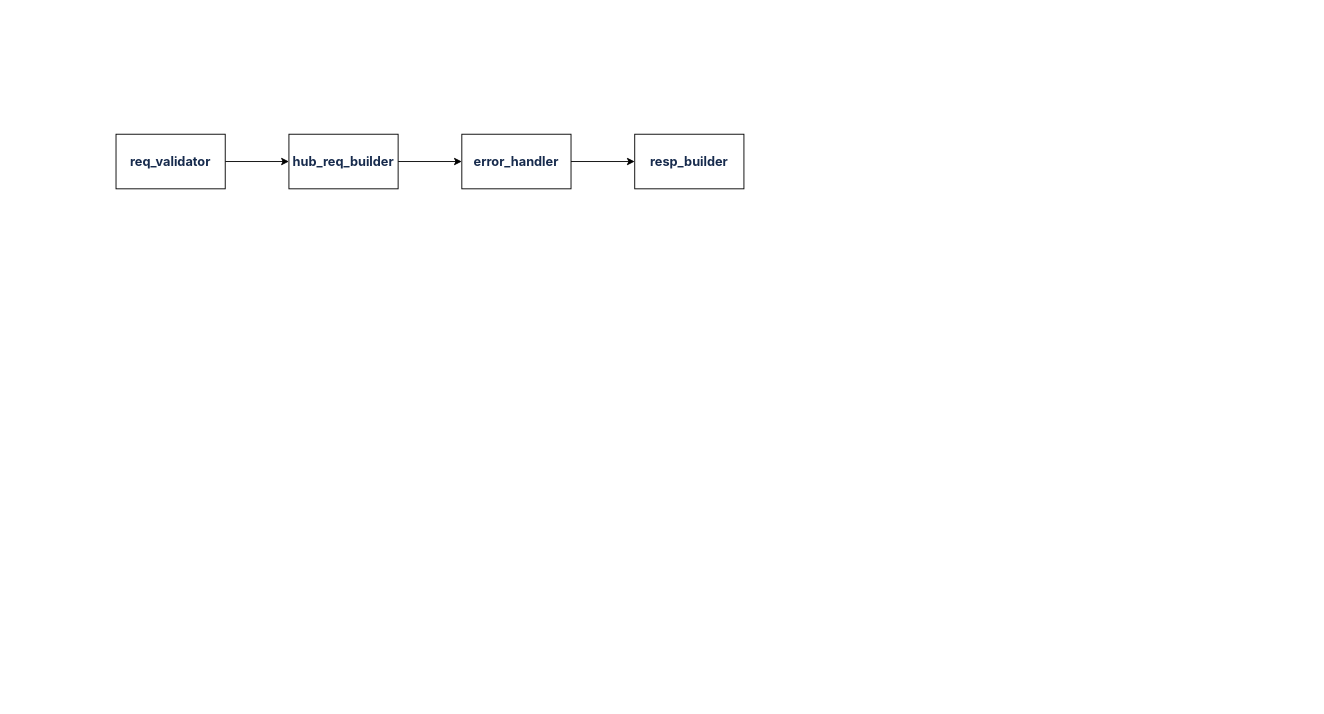
Above: page "bill_flow_low_code" (10 of 10) of source/diagrams/e-commerce.drawio in wxquare/wxquare.github.io (draw.io), before the change. Source tidied: cells renumbered, new cells numbered last; positions are measured from the earlier drawing's top-left corner, leaving out a move shared by most shapes. Both pictures are drawn from the tidied source at 91%, with x=0, y=0 at pixel (116, 134).
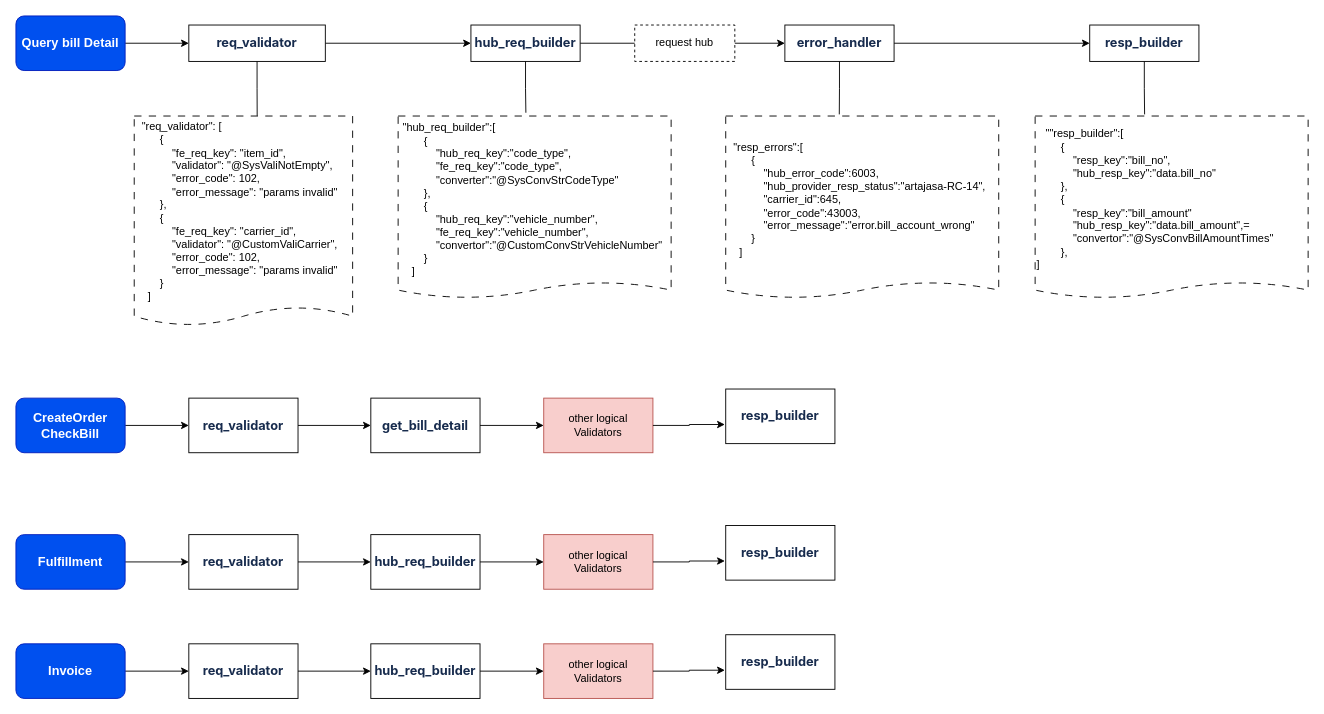
Above is the later version.

The edit, as a diff of the source:
```diff
@@
     <mxCell id="3" value="&lt;strong style=&quot;color: rgb(23, 43, 77); font-family: -apple-system, &amp;quot;system-ui&amp;quot;, &amp;quot;Segoe UI&amp;quot;, Roboto, Oxygen, Ubuntu, &amp;quot;Fira Sans&amp;quot;, &amp;quot;Droid Sans&amp;quot;, &amp;quot;Helvetica Neue&amp;quot;, sans-serif; font-size: 14px; text-align: left; background-color: rgb(255, 255, 255);&quot;&gt;req_validator&lt;/strong&gt;" style="rounded=0;whiteSpace=wrap;html=1;" parent="1" vertex="1">
-      <mxGeometry width="120" height="60" as="geometry" />
+      <mxGeometry x="80" y="-120" width="150" height="40" as="geometry" />
     </mxCell>
@@
     <mxCell id="5" value="&lt;strong style=&quot;color: rgb(23, 43, 77); font-family: -apple-system, &amp;quot;system-ui&amp;quot;, &amp;quot;Segoe UI&amp;quot;, Roboto, Oxygen, Ubuntu, &amp;quot;Fira Sans&amp;quot;, &amp;quot;Droid Sans&amp;quot;, &amp;quot;Helvetica Neue&amp;quot;, sans-serif; font-size: 14px; text-align: left; background-color: rgb(255, 255, 255);&quot;&gt;hub_req_builder&lt;/strong&gt;" style="rounded=0;whiteSpace=wrap;html=1;" parent="1" vertex="1">
-      <mxGeometry x="190" width="120" height="60" as="geometry" />
+      <mxGeometry x="390" y="-120" width="120" height="40" as="geometry" />
     </mxCell>
@@
     <mxCell id="7" value="&lt;div style=&quot;text-align: left;&quot;&gt;&lt;font face=&quot;-apple-system, system-ui, Segoe UI, Roboto, Oxygen, Ubuntu, Fira Sans, Droid Sans, Helvetica Neue, sans-serif&quot; color=&quot;#172b4d&quot;&gt;&lt;span style=&quot;font-size: 14px; background-color: rgb(255, 255, 255);&quot;&gt;&lt;b&gt;error_handler&lt;/b&gt;&lt;/span&gt;&lt;/font&gt;&lt;/div&gt;" style="rounded=0;whiteSpace=wrap;html=1;" parent="1" vertex="1">
-      <mxGeometry x="380" width="120" height="60" as="geometry" />
+      <mxGeometry x="735" y="-120" width="120" height="40" as="geometry" />
     </mxCell>
     <mxCell id="8" value="&lt;div style=&quot;text-align: left;&quot;&gt;&lt;font face=&quot;-apple-system, system-ui, Segoe UI, Roboto, Oxygen, Ubuntu, Fira Sans, Droid Sans, Helvetica Neue, sans-serif&quot; color=&quot;#172b4d&quot;&gt;&lt;span style=&quot;font-size: 14px; background-color: rgb(255, 255, 255);&quot;&gt;&lt;b&gt;resp_builder&lt;/b&gt;&lt;/span&gt;&lt;/font&gt;&lt;/div&gt;" style="rounded=0;whiteSpace=wrap;html=1;" parent="1" vertex="1">
-      <mxGeometry x="570" width="120" height="60" as="geometry" />
+      <mxGeometry x="1070" y="-120" width="120" height="40" as="geometry" />
     </mxCell>
+    <mxCell id="9" style="edgeStyle=orthogonalEdgeStyle;rounded=0;jettySize=auto;html=1;exitX=1;exitY=0.5;exitDx=0;exitDy=0;entryX=0;entryY=0.5;entryDx=0;entryDy=0;" parent="1" edge="1" source="10" target="14">
+      <mxGeometry relative="1" as="geometry" />
+    </mxCell>
+    <mxCell id="10" value="&lt;strong style=&quot;color: rgb(23, 43, 77); font-family: -apple-system, &amp;quot;system-ui&amp;quot;, &amp;quot;Segoe UI&amp;quot;, Roboto, Oxygen, Ubuntu, &amp;quot;Fira Sans&amp;quot;, &amp;quot;Droid Sans&amp;quot;, &amp;quot;Helvetica Neue&amp;quot;, sans-serif; font-size: 14px; text-align: left; background-color: rgb(255, 255, 255);&quot;&gt;req_validator&lt;/strong&gt;" style="rounded=0;whiteSpace=wrap;html=1;" parent="1" vertex="1">
+      <mxGeometry x="80" y="290" width="120" height="60" as="geometry" />
+    </mxCell>
+    <mxCell id="11" value="other logical&lt;div&gt;Validators&lt;/div&gt;" style="rounded=0;whiteSpace=wrap;html=1;fillColor=#f8cecc;strokeColor=#b85450;" parent="1" vertex="1">
+      <mxGeometry x="470" y="290" width="120" height="60" as="geometry" />
+    </mxCell>
+    <mxCell id="12" value="&lt;div style=&quot;text-align: left;&quot;&gt;&lt;font face=&quot;-apple-system, system-ui, Segoe UI, Roboto, Oxygen, Ubuntu, Fira Sans, Droid Sans, Helvetica Neue, sans-serif&quot; color=&quot;#172b4d&quot;&gt;&lt;span style=&quot;font-size: 14px; background-color: rgb(255, 255, 255);&quot;&gt;&lt;b&gt;resp_builder&lt;/b&gt;&lt;/span&gt;&lt;/font&gt;&lt;/div&gt;" style="rounded=0;whiteSpace=wrap;html=1;" parent="1" vertex="1">
+      <mxGeometry x="670" y="280" width="120" height="60" as="geometry" />
+    </mxCell>
+    <mxCell id="13" style="edgeStyle=orthogonalEdgeStyle;rounded=0;jettySize=auto;html=1;exitX=1;exitY=0.5;exitDx=0;exitDy=0;entryX=0;entryY=0.5;entryDx=0;entryDy=0;" parent="1" edge="1" source="14" target="11">
+      <mxGeometry relative="1" as="geometry" />
+    </mxCell>
+    <mxCell id="14" value="&lt;div style=&quot;text-align: left;&quot;&gt;&lt;font face=&quot;-apple-system, system-ui, Segoe UI, Roboto, Oxygen, Ubuntu, Fira Sans, Droid Sans, Helvetica Neue, sans-serif&quot; color=&quot;#172b4d&quot;&gt;&lt;span style=&quot;font-size: 14px; background-color: rgb(255, 255, 255);&quot;&gt;&lt;b&gt;get_bill_detail&lt;/b&gt;&lt;/span&gt;&lt;/font&gt;&lt;/div&gt;" style="rounded=0;whiteSpace=wrap;html=1;" parent="1" vertex="1">
+      <mxGeometry x="280" y="290" width="120" height="60" as="geometry" />
+    </mxCell>
+    <mxCell id="15" style="edgeStyle=orthogonalEdgeStyle;rounded=0;jettySize=auto;html=1;exitX=1;exitY=0.5;exitDx=0;exitDy=0;entryX=-0.008;entryY=0.65;entryDx=0;entryDy=0;entryPerimeter=0;" parent="1" edge="1" source="11" target="12">
+      <mxGeometry relative="1" as="geometry" />
+    </mxCell>
+    <mxCell id="16" style="edgeStyle=orthogonalEdgeStyle;rounded=0;jettySize=auto;html=1;exitX=1;exitY=0.5;exitDx=0;exitDy=0;entryX=0;entryY=0.5;entryDx=0;entryDy=0;" parent="1" edge="1" source="17" target="3">
+      <mxGeometry relative="1" as="geometry" />
+    </mxCell>
+    <mxCell id="17" value="&lt;b&gt;&lt;font style=&quot;font-size: 14px;&quot;&gt;Query bill Detail&lt;/font&gt;&lt;/b&gt;" style="rounded=1;whiteSpace=wrap;html=1;fillColor=#0050ef;fontColor=#ffffff;strokeColor=#001DBC;" parent="1" vertex="1">
+      <mxGeometry x="-110" y="-130" width="120" height="60" as="geometry" />
+    </mxCell>
+    <mxCell id="18" value="&lt;div&gt;&amp;nbsp; &quot;req_validator&quot;: [&lt;/div&gt;&lt;div&gt;&amp;nbsp; &amp;nbsp; &amp;nbsp; &amp;nbsp; {&lt;/div&gt;&lt;div&gt;&amp;nbsp; &amp;nbsp; &amp;nbsp; &amp;nbsp; &amp;nbsp; &amp;nbsp; &quot;fe_req_key&quot;: &quot;item_id&quot;,&lt;/div&gt;&lt;div&gt;&amp;nbsp; &amp;nbsp; &amp;nbsp; &amp;nbsp; &amp;nbsp; &amp;nbsp; &quot;validator&quot;: &quot;@SysValiNotEmpty&quot;,&lt;/div&gt;&lt;div&gt;&amp;nbsp; &amp;nbsp; &amp;nbsp; &amp;nbsp; &amp;nbsp; &amp;nbsp; &quot;error_code&quot;: 102,&lt;/div&gt;&lt;div&gt;&amp;nbsp; &amp;nbsp; &amp;nbsp; &amp;nbsp; &amp;nbsp; &amp;nbsp; &quot;error_message&quot;: &quot;params invalid&quot;&lt;/div&gt;&lt;div&gt;&amp;nbsp; &amp;nbsp; &amp;nbsp; &amp;nbsp; },&lt;/div&gt;&lt;div&gt;&amp;nbsp; &amp;nbsp; &amp;nbsp; &amp;nbsp; {&lt;/div&gt;&lt;div&gt;&amp;nbsp; &amp;nbsp; &amp;nbsp; &amp;nbsp; &amp;nbsp; &amp;nbsp; &quot;fe_req_key&quot;: &quot;carrier_id&quot;,&lt;/div&gt;&lt;div&gt;&amp;nbsp; &amp;nbsp; &amp;nbsp; &amp;nbsp; &amp;nbsp; &amp;nbsp; &quot;validator&quot;: &quot;@CustomValiCarrier&quot;,&lt;/div&gt;&lt;div&gt;&amp;nbsp; &amp;nbsp; &amp;nbsp; &amp;nbsp; &amp;nbsp; &amp;nbsp; &quot;error_code&quot;: 102,&lt;/div&gt;&lt;div&gt;&amp;nbsp; &amp;nbsp; &amp;nbsp; &amp;nbsp; &amp;nbsp; &amp;nbsp; &quot;error_message&quot;: &quot;params invalid&quot;&lt;/div&gt;&lt;div&gt;&amp;nbsp; &amp;nbsp; &amp;nbsp; &amp;nbsp; }&lt;/div&gt;&lt;div&gt;&amp;nbsp; &amp;nbsp; ]&lt;/div&gt;" style="shape=document;whiteSpace=wrap;html=1;boundedLbl=1;dashed=1;dashPattern=8 8;align=left;size=0.08695652173913043;" parent="1" vertex="1">
+      <mxGeometry x="20" y="-20" width="240" height="230" as="geometry" />
+    </mxCell>
+    <mxCell id="19" value="&lt;div&gt;&amp;nbsp;&quot;hub_req_builder&quot;:[&amp;nbsp;&lt;/div&gt;&lt;div&gt;&amp;nbsp; &amp;nbsp; &amp;nbsp; &amp;nbsp; {&lt;/div&gt;&lt;div&gt;&amp;nbsp; &amp;nbsp; &amp;nbsp; &amp;nbsp; &amp;nbsp; &amp;nbsp; &quot;hub_req_key&quot;:&quot;code_type&quot;,&amp;nbsp;&lt;/div&gt;&lt;div&gt;&amp;nbsp; &amp;nbsp; &amp;nbsp; &amp;nbsp; &amp;nbsp; &amp;nbsp; &quot;fe_req_key&quot;:&quot;code_type&quot;,&amp;nbsp;&lt;/div&gt;&lt;div&gt;&amp;nbsp; &amp;nbsp; &amp;nbsp; &amp;nbsp; &amp;nbsp; &amp;nbsp; &quot;converter&quot;:&quot;@SysConvStrCodeType&quot;&amp;nbsp;&lt;/div&gt;&lt;div&gt;&amp;nbsp; &amp;nbsp; &amp;nbsp; &amp;nbsp; },&lt;/div&gt;&lt;div&gt;&amp;nbsp; &amp;nbsp; &amp;nbsp; &amp;nbsp; {&lt;/div&gt;&lt;div&gt;&amp;nbsp; &amp;nbsp; &amp;nbsp; &amp;nbsp; &amp;nbsp; &amp;nbsp; &quot;hub_req_key&quot;:&quot;vehicle_number&quot;,&amp;nbsp;&lt;/div&gt;&lt;div&gt;&amp;nbsp; &amp;nbsp; &amp;nbsp; &amp;nbsp; &amp;nbsp; &amp;nbsp; &quot;fe_req_key&quot;:&quot;vehicle_number&quot;,&lt;/div&gt;&lt;div&gt;&amp;nbsp; &amp;nbsp; &amp;nbsp; &amp;nbsp; &amp;nbsp; &amp;nbsp; &quot;convertor&quot;:&quot;@CustomConvStrVehicleNumber&quot;&lt;/div&gt;&lt;div&gt;&amp;nbsp; &amp;nbsp; &amp;nbsp; &amp;nbsp; }&lt;/div&gt;&lt;div&gt;&amp;nbsp; &amp;nbsp; ]&lt;/div&gt;" style="shape=document;whiteSpace=wrap;html=1;boundedLbl=1;dashed=1;dashPattern=8 8;align=left;size=0.08695652173913043;" parent="1" vertex="1">
+      <mxGeometry x="310" y="-20" width="300" height="200" as="geometry" />
+    </mxCell>
+    <mxCell id="20" value="&lt;div&gt;&amp;nbsp; &quot;resp_errors&quot;:[&amp;nbsp;&lt;/div&gt;&lt;div&gt;&amp;nbsp; &amp;nbsp; &amp;nbsp; &amp;nbsp; {&lt;/div&gt;&lt;div&gt;&amp;nbsp; &amp;nbsp; &amp;nbsp; &amp;nbsp; &amp;nbsp; &amp;nbsp; &quot;hub_error_code&quot;:6003,&lt;/div&gt;&lt;div&gt;&amp;nbsp; &amp;nbsp; &amp;nbsp; &amp;nbsp; &amp;nbsp; &amp;nbsp; &quot;hub_provider_resp_status&quot;:&quot;artajasa-RC-14&quot;,&amp;nbsp;&lt;/div&gt;&lt;div&gt;&amp;nbsp; &amp;nbsp; &amp;nbsp; &amp;nbsp; &amp;nbsp; &amp;nbsp; &quot;carrier_id&quot;:645,&amp;nbsp;&lt;/div&gt;&lt;div&gt;&amp;nbsp; &amp;nbsp; &amp;nbsp; &amp;nbsp; &amp;nbsp; &amp;nbsp; &quot;error_code&quot;:43003,&amp;nbsp;&lt;/div&gt;&lt;div&gt;&amp;nbsp; &amp;nbsp; &amp;nbsp; &amp;nbsp; &amp;nbsp; &amp;nbsp; &quot;error_message&quot;:&quot;error.bill_account_wrong&quot;&amp;nbsp;&lt;/div&gt;&lt;div&gt;&amp;nbsp; &amp;nbsp; &amp;nbsp; &amp;nbsp; }&lt;/div&gt;&lt;div&gt;&amp;nbsp; &amp;nbsp; ]&lt;/div&gt;" style="shape=document;whiteSpace=wrap;html=1;boundedLbl=1;dashed=1;dashPattern=8 8;align=left;size=0.08695652173913043;" parent="1" vertex="1">
+      <mxGeometry x="670" y="-20" width="300" height="200" as="geometry" />
+    </mxCell>
+    <mxCell id="21" style="edgeStyle=orthogonalEdgeStyle;rounded=0;jettySize=auto;html=1;exitX=0.5;exitY=1;exitDx=0;exitDy=0;entryX=0.563;entryY=-0.001;entryDx=0;entryDy=0;entryPerimeter=0;endArrow=none;endFill=0;" parent="1" edge="1" source="3" target="18">
+      <mxGeometry relative="1" as="geometry" />
+    </mxCell>
+    <mxCell id="22" style="edgeStyle=orthogonalEdgeStyle;rounded=0;jettySize=auto;html=1;exitX=0.5;exitY=1;exitDx=0;exitDy=0;entryX=0.468;entryY=-0.018;entryDx=0;entryDy=0;entryPerimeter=0;endArrow=none;endFill=0;" parent="1" edge="1" source="5" target="19">
+      <mxGeometry relative="1" as="geometry" />
+    </mxCell>
+    <mxCell id="23" value="request hub" style="rounded=0;whiteSpace=wrap;html=1;dashed=1;" parent="1" vertex="1">
+      <mxGeometry x="570" y="-120" width="110" height="40" as="geometry" />
+    </mxCell>
+    <mxCell id="24" style="edgeStyle=orthogonalEdgeStyle;rounded=0;jettySize=auto;html=1;exitX=0.5;exitY=1;exitDx=0;exitDy=0;entryX=0.416;entryY=-0.009;entryDx=0;entryDy=0;entryPerimeter=0;endArrow=none;endFill=0;" parent="1" edge="1" source="7" target="20">
+      <mxGeometry relative="1" as="geometry" />
+    </mxCell>
+    <mxCell id="25" value="&lt;div&gt;&amp;nbsp; &amp;nbsp;&quot;&lt;span style=&quot;background-color: initial;&quot;&gt;&quot;resp_builder&quot;:[&amp;nbsp;&lt;/span&gt;&lt;/div&gt;&lt;div&gt;&amp;nbsp; &amp;nbsp; &amp;nbsp; &amp;nbsp; {&lt;/div&gt;&lt;div&gt;&amp;nbsp; &amp;nbsp; &amp;nbsp; &amp;nbsp; &amp;nbsp; &amp;nbsp; &quot;resp_key&quot;:&quot;bill_no&quot;,&lt;/div&gt;&lt;div&gt;&amp;nbsp; &amp;nbsp; &amp;nbsp; &amp;nbsp; &amp;nbsp; &amp;nbsp; &quot;hub_resp_key&quot;:&quot;data.bill_no&quot;&lt;/div&gt;&lt;div&gt;&amp;nbsp; &amp;nbsp; &amp;nbsp; &amp;nbsp; },&lt;/div&gt;&lt;div&gt;&amp;nbsp; &amp;nbsp; &amp;nbsp; &amp;nbsp; {&lt;/div&gt;&lt;div&gt;&amp;nbsp; &amp;nbsp; &amp;nbsp; &amp;nbsp; &amp;nbsp; &amp;nbsp; &quot;resp_key&quot;:&quot;bill_amount&quot;&lt;/div&gt;&lt;div&gt;&amp;nbsp; &amp;nbsp; &amp;nbsp; &amp;nbsp; &amp;nbsp; &amp;nbsp; &quot;hub_resp_key&quot;:&quot;data.bill_amount&quot;,=&lt;/div&gt;&lt;div&gt;&amp;nbsp; &amp;nbsp; &amp;nbsp; &amp;nbsp; &amp;nbsp; &amp;nbsp; &quot;convertor&quot;:&quot;@SysConvBillAmountTimes&quot;&amp;nbsp;&lt;/div&gt;&lt;div&gt;&amp;nbsp; &amp;nbsp; &amp;nbsp; &amp;nbsp; },&lt;/div&gt;&lt;div&gt;]&lt;/div&gt;" style="shape=document;whiteSpace=wrap;html=1;boundedLbl=1;dashed=1;dashPattern=8 8;align=left;size=0.08695652173913043;" parent="1" vertex="1">
+      <mxGeometry x="1010" y="-20" width="300" height="200" as="geometry" />
+    </mxCell>
+    <mxCell id="26" style="edgeStyle=orthogonalEdgeStyle;rounded=0;jettySize=auto;html=1;exitX=0.5;exitY=1;exitDx=0;exitDy=0;entryX=0.401;entryY=-0.009;entryDx=0;entryDy=0;entryPerimeter=0;endArrow=none;endFill=0;" parent="1" edge="1" source="8" target="25">
+      <mxGeometry relative="1" as="geometry" />
+    </mxCell>
+    <mxCell id="27" style="edgeStyle=orthogonalEdgeStyle;rounded=0;jettySize=auto;html=1;exitX=1;exitY=0.5;exitDx=0;exitDy=0;entryX=0;entryY=0.5;entryDx=0;entryDy=0;" parent="1" edge="1" source="28" target="10">
+      <mxGeometry relative="1" as="geometry" />
+    </mxCell>
+    <mxCell id="28" value="&lt;span style=&quot;font-size: 14px;&quot;&gt;&lt;b&gt;CreateOrder&lt;/b&gt;&lt;/span&gt;&lt;div&gt;&lt;span style=&quot;font-size: 14px;&quot;&gt;&lt;b&gt;CheckBill&lt;/b&gt;&lt;/span&gt;&lt;/div&gt;" style="rounded=1;whiteSpace=wrap;html=1;fillColor=#0050ef;fontColor=#ffffff;strokeColor=#001DBC;" parent="1" vertex="1">
+      <mxGeometry x="-110" y="290" width="120" height="60" as="geometry" />
+    </mxCell>
+    <mxCell id="29" style="edgeStyle=orthogonalEdgeStyle;rounded=0;jettySize=auto;html=1;exitX=1;exitY=0.5;exitDx=0;exitDy=0;entryX=0;entryY=0.5;entryDx=0;entryDy=0;" parent="1" edge="1" source="30" target="34">
+      <mxGeometry relative="1" as="geometry" />
+    </mxCell>
+    <mxCell id="30" value="&lt;strong style=&quot;color: rgb(23, 43, 77); font-family: -apple-system, &amp;quot;system-ui&amp;quot;, &amp;quot;Segoe UI&amp;quot;, Roboto, Oxygen, Ubuntu, &amp;quot;Fira Sans&amp;quot;, &amp;quot;Droid Sans&amp;quot;, &amp;quot;Helvetica Neue&amp;quot;, sans-serif; font-size: 14px; text-align: left; background-color: rgb(255, 255, 255);&quot;&gt;req_validator&lt;/strong&gt;" style="rounded=0;whiteSpace=wrap;html=1;" parent="1" vertex="1">
+      <mxGeometry x="80" y="440" width="120" height="60" as="geometry" />
+    </mxCell>
+    <mxCell id="31" value="other logical&lt;div&gt;Validators&lt;/div&gt;" style="rounded=0;whiteSpace=wrap;html=1;fillColor=#f8cecc;strokeColor=#b85450;" parent="1" vertex="1">
+      <mxGeometry x="470" y="440" width="120" height="60" as="geometry" />
+    </mxCell>
+    <mxCell id="32" value="&lt;div style=&quot;text-align: left;&quot;&gt;&lt;font face=&quot;-apple-system, system-ui, Segoe UI, Roboto, Oxygen, Ubuntu, Fira Sans, Droid Sans, Helvetica Neue, sans-serif&quot; color=&quot;#172b4d&quot;&gt;&lt;span style=&quot;font-size: 14px; background-color: rgb(255, 255, 255);&quot;&gt;&lt;b&gt;resp_builder&lt;/b&gt;&lt;/span&gt;&lt;/font&gt;&lt;/div&gt;" style="rounded=0;whiteSpace=wrap;html=1;" parent="1" vertex="1">
+      <mxGeometry x="670" y="430" width="120" height="60" as="geometry" />
+    </mxCell>
+    <mxCell id="33" style="edgeStyle=orthogonalEdgeStyle;rounded=0;jettySize=auto;html=1;exitX=1;exitY=0.5;exitDx=0;exitDy=0;entryX=0;entryY=0.5;entryDx=0;entryDy=0;" parent="1" edge="1" source="34" target="31">
+      <mxGeometry relative="1" as="geometry" />
+    </mxCell>
+    <mxCell id="34" value="&lt;div style=&quot;text-align: left;&quot;&gt;&lt;strong style=&quot;color: rgb(23, 43, 77); font-family: -apple-system, &amp;quot;system-ui&amp;quot;, &amp;quot;Segoe UI&amp;quot;, Roboto, Oxygen, Ubuntu, &amp;quot;Fira Sans&amp;quot;, &amp;quot;Droid Sans&amp;quot;, &amp;quot;Helvetica Neue&amp;quot;, sans-serif; font-size: 14px; background-color: rgb(255, 255, 255);&quot;&gt;hub_req_builder&lt;/strong&gt;&lt;/div&gt;" style="rounded=0;whiteSpace=wrap;html=1;" parent="1" vertex="1">
+      <mxGeometry x="280" y="440" width="120" height="60" as="geometry" />
+    </mxCell>
+    <mxCell id="35" style="edgeStyle=orthogonalEdgeStyle;rounded=0;jettySize=auto;html=1;exitX=1;exitY=0.5;exitDx=0;exitDy=0;entryX=-0.008;entryY=0.65;entryDx=0;entryDy=0;entryPerimeter=0;" parent="1" edge="1" source="31" target="32">
+      <mxGeometry relative="1" as="geometry" />
+    </mxCell>
+    <mxCell id="36" style="edgeStyle=orthogonalEdgeStyle;rounded=0;jettySize=auto;html=1;exitX=1;exitY=0.5;exitDx=0;exitDy=0;entryX=0;entryY=0.5;entryDx=0;entryDy=0;" parent="1" edge="1" source="37" target="30">
+      <mxGeometry relative="1" as="geometry" />
+    </mxCell>
+    <mxCell id="37" value="&lt;span style=&quot;font-size: 14px;&quot;&gt;&lt;b&gt;Fulfillment&lt;/b&gt;&lt;/span&gt;" style="rounded=1;whiteSpace=wrap;html=1;fillColor=#0050ef;fontColor=#ffffff;strokeColor=#001DBC;" parent="1" vertex="1">
+      <mxGeometry x="-110" y="440" width="120" height="60" as="geometry" />
+    </mxCell>
+    <mxCell id="38" style="edgeStyle=orthogonalEdgeStyle;rounded=0;jettySize=auto;html=1;exitX=1;exitY=0.5;exitDx=0;exitDy=0;entryX=0;entryY=0.5;entryDx=0;entryDy=0;" parent="1" edge="1" source="39" target="43">
+      <mxGeometry relative="1" as="geometry" />
+    </mxCell>
+    <mxCell id="39" value="&lt;strong style=&quot;color: rgb(23, 43, 77); font-family: -apple-system, &amp;quot;system-ui&amp;quot;, &amp;quot;Segoe UI&amp;quot;, Roboto, Oxygen, Ubuntu, &amp;quot;Fira Sans&amp;quot;, &amp;quot;Droid Sans&amp;quot;, &amp;quot;Helvetica Neue&amp;quot;, sans-serif; font-size: 14px; text-align: left; background-color: rgb(255, 255, 255);&quot;&gt;req_validator&lt;/strong&gt;" style="rounded=0;whiteSpace=wrap;html=1;" parent="1" vertex="1">
+      <mxGeometry x="80" y="560" width="120" height="60" as="geometry" />
+    </mxCell>
+    <mxCell id="40" value="other logical&lt;div&gt;Validators&lt;/div&gt;" style="rounded=0;whiteSpace=wrap;html=1;fillColor=#f8cecc;strokeColor=#b85450;" parent="1" vertex="1">
+      <mxGeometry x="470" y="560" width="120" height="60" as="geometry" />
+    </mxCell>
+    <mxCell id="41" value="&lt;div style=&quot;text-align: left;&quot;&gt;&lt;font face=&quot;-apple-system, system-ui, Segoe UI, Roboto, Oxygen, Ubuntu, Fira Sans, Droid Sans, Helvetica Neue, sans-serif&quot; color=&quot;#172b4d&quot;&gt;&lt;span style=&quot;font-size: 14px; background-color: rgb(255, 255, 255);&quot;&gt;&lt;b&gt;resp_builder&lt;/b&gt;&lt;/span&gt;&lt;/font&gt;&lt;/div&gt;" style="rounded=0;whiteSpace=wrap;html=1;" parent="1" vertex="1">
+      <mxGeometry x="670" y="550" width="120" height="60" as="geometry" />
+    </mxCell>
+    <mxCell id="42" style="edgeStyle=orthogonalEdgeStyle;rounded=0;jettySize=auto;html=1;exitX=1;exitY=0.5;exitDx=0;exitDy=0;entryX=0;entryY=0.5;entryDx=0;entryDy=0;" parent="1" edge="1" source="43" target="40">
+      <mxGeometry relative="1" as="geometry" />
+    </mxCell>
+    <mxCell id="43" value="&lt;div style=&quot;text-align: left;&quot;&gt;&lt;strong style=&quot;color: rgb(23, 43, 77); font-family: -apple-system, &amp;quot;system-ui&amp;quot;, &amp;quot;Segoe UI&amp;quot;, Roboto, Oxygen, Ubuntu, &amp;quot;Fira Sans&amp;quot;, &amp;quot;Droid Sans&amp;quot;, &amp;quot;Helvetica Neue&amp;quot;, sans-serif; font-size: 14px; background-color: rgb(255, 255, 255);&quot;&gt;hub_req_builder&lt;/strong&gt;&lt;/div&gt;" style="rounded=0;whiteSpace=wrap;html=1;" parent="1" vertex="1">
+      <mxGeometry x="280" y="560" width="120" height="60" as="geometry" />
+    </mxCell>
+    <mxCell id="44" style="edgeStyle=orthogonalEdgeStyle;rounded=0;jettySize=auto;html=1;exitX=1;exitY=0.5;exitDx=0;exitDy=0;entryX=-0.008;entryY=0.65;entryDx=0;entryDy=0;entryPerimeter=0;" parent="1" edge="1" source="40" target="41">
+      <mxGeometry relative="1" as="geometry" />
+    </mxCell>
+    <mxCell id="45" style="edgeStyle=orthogonalEdgeStyle;rounded=0;jettySize=auto;html=1;exitX=1;exitY=0.5;exitDx=0;exitDy=0;entryX=0;entryY=0.5;entryDx=0;entryDy=0;" parent="1" edge="1" source="46" target="39">
+      <mxGeometry relative="1" as="geometry" />
+    </mxCell>
+    <mxCell id="46" value="&lt;span style=&quot;font-size: 14px;&quot;&gt;&lt;b&gt;Invoice&lt;/b&gt;&lt;/span&gt;" style="rounded=1;whiteSpace=wrap;html=1;fillColor=#0050ef;fontColor=#ffffff;strokeColor=#001DBC;" parent="1" vertex="1">
+      <mxGeometry x="-110" y="560" width="120" height="60" as="geometry" />
+    </mxCell>
```
